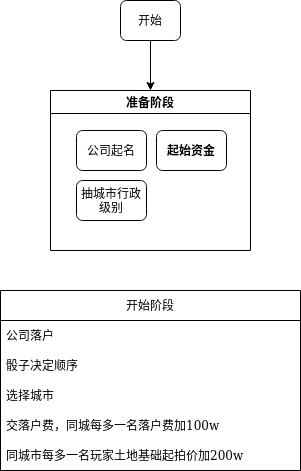
This is 土地开发商.png from TONiiV/flowcharts, a draw.io export, as it was before one commit. Source tidied: cells renumbered, new cells last; positions are measured from the earlier drawing's top-left corner, leaving out a move shared by most shapes.
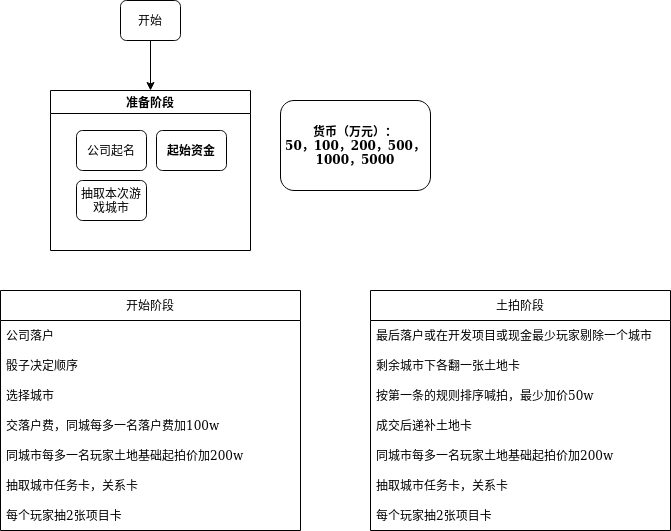
After the change.

Commit message:
Update 土地开发商.png

Change to the diagram source:
```diff
@@ -17,11 +17,11 @@
     <mxCell id="6" value="公司起名" style="rounded=1;whiteSpace=wrap;html=1;fontSize=12;glass=0;strokeWidth=1;shadow=0;" parent="4" vertex="1">
       <mxGeometry x="26" y="40" width="70" height="40" as="geometry" />
     </mxCell>
-    <mxCell id="7" value="抽城市行政级别" style="rounded=1;whiteSpace=wrap;html=1;fontSize=12;glass=0;strokeWidth=1;shadow=0;" parent="4" vertex="1">
+    <mxCell id="7" value="抽取本次游戏城市" style="rounded=1;whiteSpace=wrap;html=1;fontSize=12;glass=0;strokeWidth=1;shadow=0;" parent="4" vertex="1">
       <mxGeometry x="26" y="90" width="70" height="40" as="geometry" />
     </mxCell>
     <mxCell id="8" value="开始阶段" style="swimlane;fontStyle=0;horizontal=1;startSize=30;" parent="1" vertex="1">
-      <mxGeometry y="290" width="300" height="180" as="geometry" />
+      <mxGeometry y="290" width="300" height="240" as="geometry" />
     </mxCell>
     <mxCell id="9" value="公司落户" style="text;strokeColor=none;fillColor=none;align=left;verticalAlign=middle;spacingLeft=4;spacingRight=4;overflow=hidden;" parent="8" vertex="1">
       <mxGeometry y="30" width="300" height="30" as="geometry" />
@@ -38,5 +38,38 @@
     <mxCell id="13" value="同城市每多一名玩家土地基础起拍价加200w" style="text;strokeColor=none;fillColor=none;align=left;verticalAlign=middle;spacingLeft=4;spacingRight=4;overflow=hidden;" parent="8" vertex="1">
       <mxGeometry y="150" width="300" height="30" as="geometry" />
     </mxCell>
+    <mxCell id="14" value="抽取城市任务卡，关系卡" style="text;strokeColor=none;fillColor=none;align=left;verticalAlign=middle;spacingLeft=4;spacingRight=4;overflow=hidden;" parent="8" vertex="1">
+      <mxGeometry y="180" width="300" height="30" as="geometry" />
+    </mxCell>
+    <mxCell id="15" value="每个玩家抽2张项目卡" style="text;strokeColor=none;fillColor=none;align=left;verticalAlign=middle;spacingLeft=4;spacingRight=4;overflow=hidden;" parent="8" vertex="1">
+      <mxGeometry y="210" width="300" height="30" as="geometry" />
+    </mxCell>
+    <mxCell id="16" value="土拍阶段" style="swimlane;fontStyle=0;horizontal=1;startSize=30;" parent="1" vertex="1">
+      <mxGeometry x="370" y="290" width="300" height="240" as="geometry" />
+    </mxCell>
+    <mxCell id="17" value="最后落户或在开发项目或现金最少玩家剔除一个城市" style="text;strokeColor=none;fillColor=none;align=left;verticalAlign=middle;spacingLeft=4;spacingRight=4;overflow=hidden;" parent="16" vertex="1">
+      <mxGeometry y="30" width="300" height="30" as="geometry" />
+    </mxCell>
+    <mxCell id="18" value="剩余城市下各翻一张土地卡" style="text;strokeColor=none;fillColor=none;align=left;verticalAlign=middle;spacingLeft=4;spacingRight=4;overflow=hidden;" parent="16" vertex="1">
+      <mxGeometry y="60" width="300" height="30" as="geometry" />
+    </mxCell>
+    <mxCell id="19" value="按第一条的规则排序喊拍，最少加价50w" style="text;strokeColor=none;fillColor=none;align=left;verticalAlign=middle;spacingLeft=4;spacingRight=4;overflow=hidden;" parent="16" vertex="1">
+      <mxGeometry y="90" width="300" height="30" as="geometry" />
+    </mxCell>
+    <mxCell id="20" value="成交后递补土地卡" style="text;strokeColor=none;fillColor=none;align=left;verticalAlign=middle;spacingLeft=4;spacingRight=4;overflow=hidden;" parent="16" vertex="1">
+      <mxGeometry y="120" width="300" height="30" as="geometry" />
+    </mxCell>
+    <mxCell id="21" value="同城市每多一名玩家土地基础起拍价加200w" style="text;strokeColor=none;fillColor=none;align=left;verticalAlign=middle;spacingLeft=4;spacingRight=4;overflow=hidden;" parent="16" vertex="1">
+      <mxGeometry y="150" width="300" height="30" as="geometry" />
+    </mxCell>
+    <mxCell id="22" value="抽取城市任务卡，关系卡" style="text;strokeColor=none;fillColor=none;align=left;verticalAlign=middle;spacingLeft=4;spacingRight=4;overflow=hidden;" parent="16" vertex="1">
+      <mxGeometry y="180" width="300" height="30" as="geometry" />
+    </mxCell>
+    <mxCell id="23" value="每个玩家抽2张项目卡" style="text;strokeColor=none;fillColor=none;align=left;verticalAlign=middle;spacingLeft=4;spacingRight=4;overflow=hidden;" parent="16" vertex="1">
+      <mxGeometry y="210" width="300" height="30" as="geometry" />
+    </mxCell>
+    <mxCell id="24" value="&lt;div&gt;货币（万元）：&lt;/div&gt;&lt;div&gt;50，100，200，500，&lt;/div&gt;&lt;div&gt;1000，5000&lt;/div&gt;" style="rounded=1;whiteSpace=wrap;html=1;fontSize=12;glass=0;strokeWidth=1;shadow=0;fontStyle=1;" parent="1" vertex="1">
+      <mxGeometry x="280" y="100" width="150" height="90" as="geometry" />
+    </mxCell>
   </root>
 </mxGraphModel>
```
